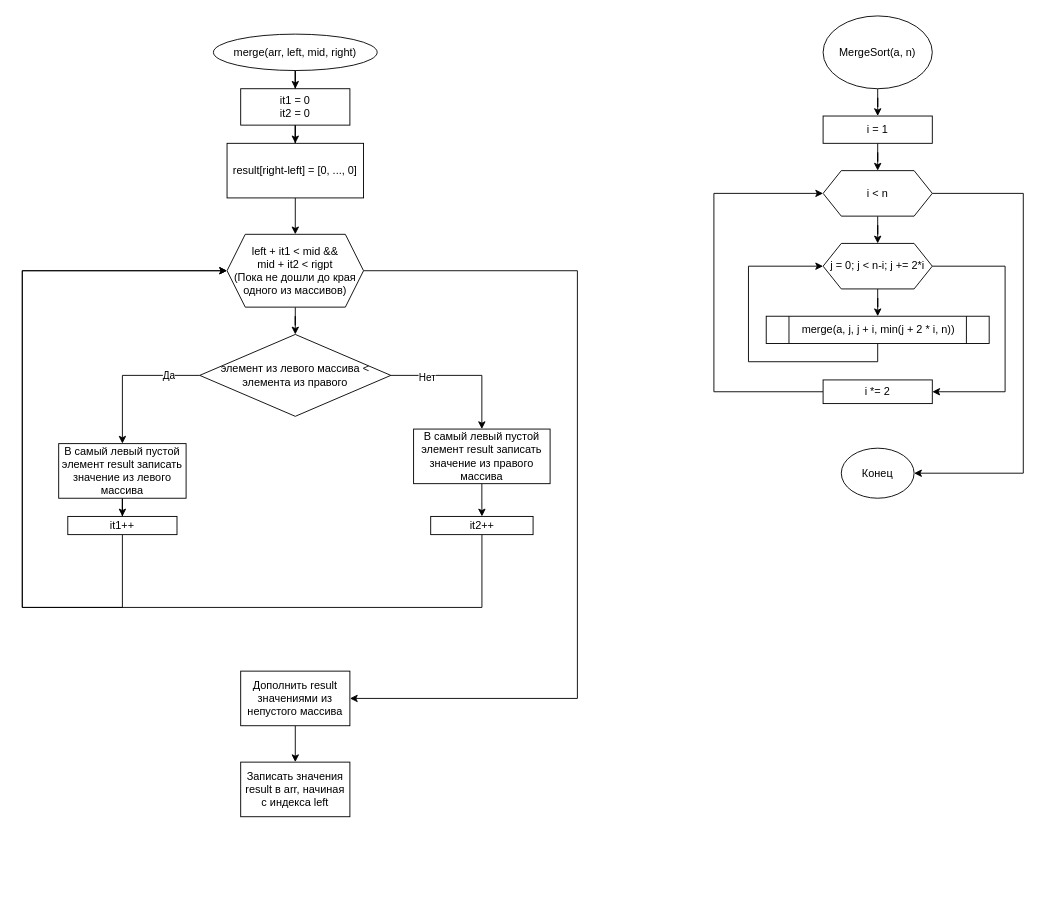
Before: Schematics/Laba_3/Merge_sort.drawio in Idontlikeni/fourth_semestr, a draw.io diagram. Source tidied: cells renumbered, new cells numbered last; positions are measured from the earlier drawing's top-left corner, leaving out a move shared by most shapes. Both pictures are drawn from the tidied source at 91%, with x=0, y=0 at pixel (22, 15).
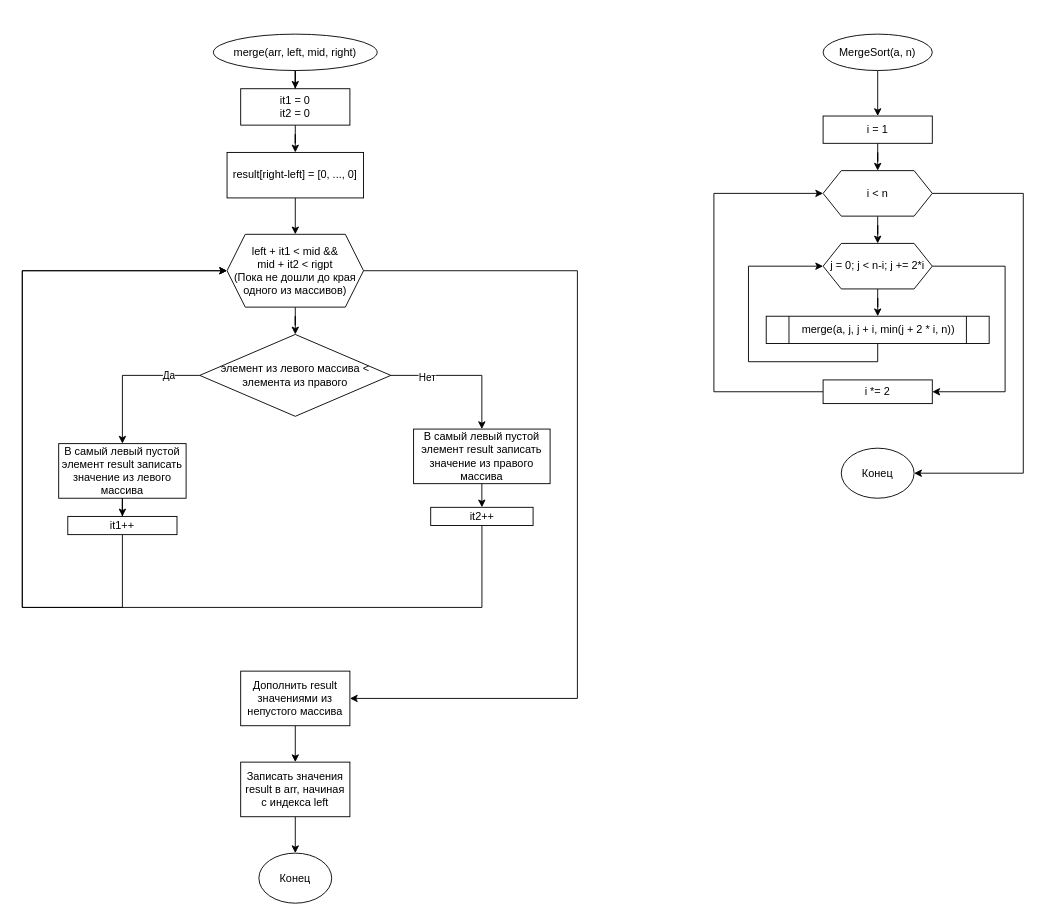
After the change.

The change refers to these unchanged cells:
```xml
<mxCell id="26" value="Записать значения result в arr, начиная с индекса left" style="whiteSpace=wrap;html=1;rounded=0;" parent="1" vertex="1">
  <mxGeometry x="240" y="820" width="120" height="60" as="geometry" />
</mxCell>
```

The edit, as a diff of the source:
```diff
@@
     <mxCell id="7" value="result[right-left] = [0, ..., 0]" style="whiteSpace=wrap;html=1;" parent="1" vertex="1">
-      <mxGeometry x="225" y="140" width="150" height="60" as="geometry" />
+      <mxGeometry x="225" y="150" width="150" height="50" as="geometry" />
     </mxCell>
@@
     <mxCell id="23" value="it2++" style="whiteSpace=wrap;html=1;" parent="1" vertex="1">
-      <mxGeometry x="448.8" y="550" width="112.5" height="20" as="geometry" />
+      <mxGeometry x="448.8" y="540" width="112.5" height="20" as="geometry" />
     </mxCell>
@@
+    <mxCell id="42" style="edgeStyle=orthogonalEdgeStyle;rounded=0;jettySize=auto;html=1;entryX=0.5;entryY=0;entryDx=0;entryDy=0;" parent="1" edge="1" source="26" target="43">
+      <mxGeometry relative="1" as="geometry" />
+    </mxCell>
@@
     <mxCell id="28" value="MergeSort(a, n)" style="ellipse;whiteSpace=wrap;html=1;" parent="1" vertex="1">
-      <mxGeometry x="880" width="120" height="80" as="geometry" />
+      <mxGeometry x="880" y="20" width="120" height="40" as="geometry" />
     </mxCell>
@@
+    <mxCell id="43" value="Конец" style="ellipse;whiteSpace=wrap;html=1;" parent="1" vertex="1">
+      <mxGeometry x="260" y="920" width="80" height="55" as="geometry" />
+    </mxCell>
```
